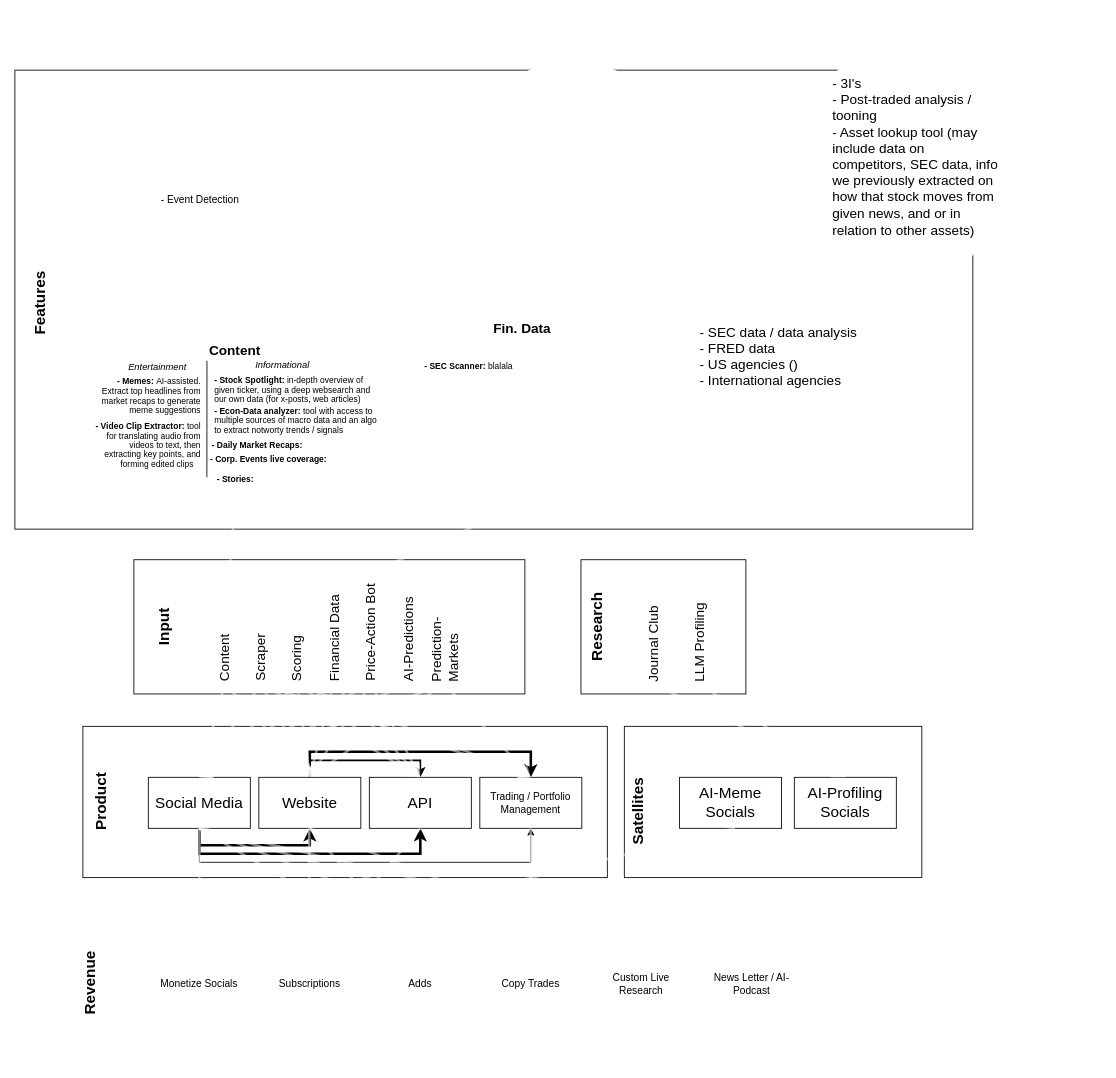
Above: Untitled Diagram.drawio in WillsHarris/Polaron_Claude_2024_contest (draw.io), before the change. Source tidied: cells renumbered, new cells numbered last; positions are measured from the earlier drawing's top-left corner, leaving out a move shared by most shapes. Both pictures are drawn from the tidied source at 85%, with x=0, y=0 at pixel (-184, 14).
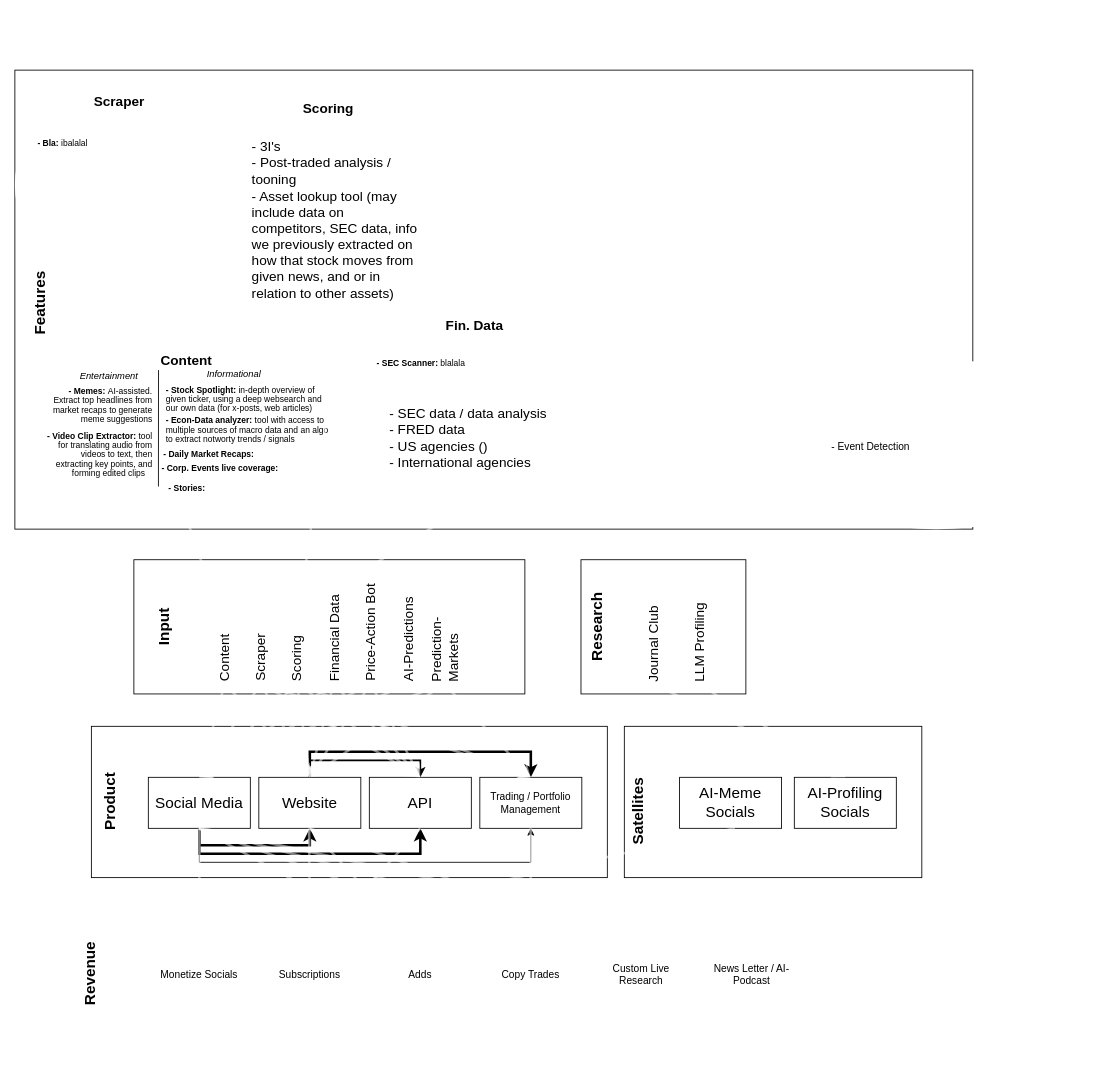
After the change.

Change to the diagram source:
```diff
@@
     <mxCell id="2" style="rounded=0;whiteSpace=wrap;html=1;labelBorderColor=none;fontColor=light-dark(#000000,#CCCCCC);fillColor=light-dark(#FFFFFF,#E6E6E6);strokeColor=none;" parent="1" vertex="1">
-      <mxGeometry x="301" y="1069" width="900" height="140" as="geometry" />
+      <mxGeometry x="301" y="1058" width="900" height="140" as="geometry" />
     </mxCell>
@@
     <mxCell id="4" style="rounded=0;whiteSpace=wrap;html=1;labelBorderColor=none;fontColor=light-dark(#000000,#CCCCCC);fillColor=light-dark(#FFFFFF,#E6E6E6);" parent="1" vertex="1">
-      <mxGeometry x="314" y="837" width="617" height="178" as="geometry" />
+      <mxGeometry x="324" y="837" width="607" height="178" as="geometry" />
     </mxCell>
@@
     <mxCell id="13" value="&lt;b style=&quot;color: light-dark(rgb(0, 0, 0), rgb(0, 0, 0));&quot;&gt;Product&lt;/b&gt;" style="text;html=1;whiteSpace=wrap;strokeColor=none;fillColor=none;align=center;verticalAlign=middle;rounded=0;rotation=270;strokeWidth=1;fontSize=18;" parent="1" vertex="1">
-      <mxGeometry x="248.3" y="912.8" width="175.7" height="25" as="geometry" />
+      <mxGeometry x="259.3" y="912.8" width="175.7" height="25" as="geometry" />
     </mxCell>
@@
     <mxCell id="15" value="&lt;span&gt;&lt;br&gt;&lt;br&gt;&lt;br&gt;&lt;br&gt;&lt;br&gt;&lt;br&gt;&lt;/span&gt;&lt;p style=&quot;language:en-US;margin-top:0pt;margin-bottom:0pt;margin-left:0in;&amp;lt;br/&amp;gt;text-align:center;direction:ltr;unicode-bidi:embed;mso-line-break-override:&amp;lt;br/&amp;gt;none;word-break:normal;punctuation-wrap:hanging&quot;&gt;Monetize Socials&lt;/p&gt;&lt;span style=&quot;color: rgba(0, 0, 0, 0);&quot;&gt;&lt;br&gt;&lt;br&gt;&lt;br&gt;&lt;br&gt;&lt;br&gt;&lt;/span&gt;&lt;div&gt;&lt;span style=&quot;color: rgba(0, 0, 0, 0);&quot;&gt;&lt;br&gt;&lt;/span&gt;&lt;/div&gt;" style="rounded=0;whiteSpace=wrap;html=1;strokeColor=none;fillColor=light-dark(#FFFFFF,#999999);" parent="1" vertex="1">
-      <mxGeometry x="391" y="1110" width="120" height="60" as="geometry" />
+      <mxGeometry x="391" y="1099" width="120" height="60" as="geometry" />
     </mxCell>
     <mxCell id="16" value="&lt;p style=&quot;language:en-US;margin-top:0pt;margin-bottom:0pt;margin-left:0in;&amp;lt;br/&amp;gt;text-align:center;direction:ltr;unicode-bidi:embed;mso-line-break-override:&amp;lt;br/&amp;gt;none;word-break:normal;punctuation-wrap:hanging&quot;&gt;Subscriptions&lt;/p&gt;" style="rounded=0;whiteSpace=wrap;html=1;strokeColor=none;fillColor=light-dark(#FFFFFF,#999999);" parent="1" vertex="1">
-      <mxGeometry x="521" y="1110" width="120" height="60" as="geometry" />
+      <mxGeometry x="521" y="1099" width="120" height="60" as="geometry" />
     </mxCell>
     <mxCell id="17" value="&lt;p style=&quot;language:en-US;margin-top:0pt;margin-bottom:0pt;margin-left:0in;&amp;lt;br/&amp;gt;text-align:center;direction:ltr;unicode-bidi:embed;mso-line-break-override:&amp;lt;br/&amp;gt;none;word-break:normal;punctuation-wrap:hanging&quot;&gt;Adds&lt;/p&gt;" style="rounded=0;whiteSpace=wrap;html=1;strokeColor=none;fillColor=light-dark(#FFFFFF,#999999);" parent="1" vertex="1">
-      <mxGeometry x="651" y="1110" width="120" height="60" as="geometry" />
+      <mxGeometry x="651" y="1099" width="120" height="60" as="geometry" />
     </mxCell>
     <mxCell id="18" value="&lt;div&gt;&lt;b style=&quot;color: light-dark(rgb(0, 0, 0), rgb(0, 0, 0));&quot;&gt;Revenue&lt;/b&gt;&lt;/div&gt;" style="text;html=1;whiteSpace=wrap;strokeColor=none;fillColor=none;align=center;verticalAlign=middle;rounded=0;rotation=270;strokeWidth=1;fontSize=18;" parent="1" vertex="1">
-      <mxGeometry x="265" y="1126.5" width="115" height="25" as="geometry" />
+      <mxGeometry x="265" y="1115.5" width="115" height="25" as="geometry" />
     </mxCell>
@@
     <mxCell id="21" value="&lt;p style=&quot;language:en-US;margin-top:0pt;margin-bottom:0pt;margin-left:0in;&amp;lt;br/&amp;gt;text-align:center;direction:ltr;unicode-bidi:embed;mso-line-break-override:&amp;lt;br/&amp;gt;none;word-break:normal;punctuation-wrap:hanging&quot;&gt;Copy Trades&lt;/p&gt;" style="rounded=0;whiteSpace=wrap;html=1;strokeColor=none;fillColor=light-dark(#FFFFFF,#999999);" parent="1" vertex="1">
-      <mxGeometry x="781" y="1110" width="120" height="60" as="geometry" />
+      <mxGeometry x="781" y="1099" width="120" height="60" as="geometry" />
     </mxCell>
@@
     <mxCell id="23" value="&lt;p style=&quot;language:en-US;margin-top:0pt;margin-bottom:0pt;margin-left:0in;&amp;lt;br/&amp;gt;text-align:center;direction:ltr;unicode-bidi:embed;mso-line-break-override:&amp;lt;br/&amp;gt;none;word-break:normal;punctuation-wrap:hanging&quot;&gt;Custom Live Research&lt;/p&gt;" style="rounded=0;whiteSpace=wrap;html=1;strokeColor=none;fillColor=light-dark(#FFFFFF,#999999);" parent="1" vertex="1">
-      <mxGeometry x="911" y="1110" width="120" height="60" as="geometry" />
+      <mxGeometry x="911" y="1099" width="120" height="60" as="geometry" />
     </mxCell>
     <mxCell id="24" value="News Letter / AI-Podcast" style="rounded=0;whiteSpace=wrap;html=1;strokeColor=none;fillColor=light-dark(#FFFFFF,#999999);" parent="1" vertex="1">
-      <mxGeometry x="1041" y="1110" width="120" height="60" as="geometry" />
+      <mxGeometry x="1041" y="1099" width="120" height="60" as="geometry" />
     </mxCell>
@@
     <mxCell id="29" style="strokeWidth=2;html=1;shape=mxgraph.flowchart.start_1;whiteSpace=wrap;fontColor=light-dark(#000000,#999999);strokeColor=none;fillColor=light-dark(#FFFFFF,#808080);" parent="1" vertex="1">
-      <mxGeometry x="298" y="380" width="389" height="200" as="geometry" />
+      <mxGeometry x="241" y="391" width="389" height="200" as="geometry" />
     </mxCell>
@@
     <mxCell id="33" style="strokeWidth=2;html=1;shape=mxgraph.flowchart.start_1;whiteSpace=wrap;fontColor=light-dark(#000000,#999999);strokeColor=none;fillColor=light-dark(#FFFFFF,#808080);" parent="1" vertex="1">
-      <mxGeometry x="694" y="341" width="269" height="239" as="geometry" />
+      <mxGeometry x="638" y="337.5" width="269" height="239" as="geometry" />
     </mxCell>
     <mxCell id="34" style="strokeWidth=2;html=1;shape=mxgraph.flowchart.start_1;whiteSpace=wrap;fontColor=light-dark(#000000,#999999);strokeColor=none;fillColor=light-dark(#FFFFFF,#808080);" parent="1" vertex="1">
-      <mxGeometry x="334" y="115" width="389" height="200" as="geometry" />
+      <mxGeometry x="1123.4" y="405" width="389" height="200" as="geometry" />
     </mxCell>
     <mxCell id="35" value="&lt;div align=&quot;left&quot;&gt;&lt;font style=&quot;font-size: 12px;&quot;&gt;- Event Detection&lt;/font&gt;&lt;/div&gt;" style="text;html=1;whiteSpace=wrap;strokeColor=none;fillColor=none;align=left;verticalAlign=middle;rounded=0;rotation=0;strokeWidth=1;fontSize=16;" parent="1" vertex="1">
-      <mxGeometry x="404" y="171.2" width="230" height="90" as="geometry" />
+      <mxGeometry x="1193.4" y="461.2" width="230" height="90" as="geometry" />
     </mxCell>
@@
     <mxCell id="53" value="Scoring" style="text;html=1;whiteSpace=wrap;strokeColor=none;fillColor=none;align=left;verticalAlign=middle;rounded=0;rotation=270;strokeWidth=1;fontSize=16;fontColor=light-dark(#000000,#000000);" parent="1" vertex="1">
-      <mxGeometry x="516" y="725" width="100" height="22.9" as="geometry" />
+      <mxGeometry x="532" y="741" width="68" height="22.9" as="geometry" />
     </mxCell>
@@
     <mxCell id="76" style="strokeWidth=2;html=1;shape=mxgraph.flowchart.start_1;whiteSpace=wrap;fontColor=light-dark(#000000,#999999);strokeColor=none;fillColor=light-dark(#FFFFFF,#808080);" parent="1" vertex="1">
-      <mxGeometry x="1180" width="213" height="330" as="geometry" />
+      <mxGeometry x="496.9" y="75" width="213" height="330" as="geometry" />
     </mxCell>
     <mxCell id="77" value="&lt;div align=&quot;left&quot;&gt;- 3I's&lt;/div&gt;&lt;div align=&quot;left&quot;&gt;- Post-traded analysis / tooning&lt;/div&gt;&lt;div align=&quot;left&quot;&gt;- Asset lookup tool (may include data on competitors, SEC data, info we previously extracted on how that stock moves from given news, and or in relation to other assets)&amp;nbsp;&lt;/div&gt;&lt;div align=&quot;left&quot;&gt;&amp;nbsp;&lt;/div&gt;" style="text;html=1;whiteSpace=wrap;strokeColor=none;fillColor=none;align=left;verticalAlign=middle;rounded=0;rotation=0;strokeWidth=1;fontSize=16;" parent="1" vertex="1">
-      <mxGeometry x="1194.2" y="26" width="200" height="300" as="geometry" />
+      <mxGeometry x="511.1" y="101" width="200" height="300" as="geometry" />
     </mxCell>
     <mxCell id="78" style="strokeWidth=2;html=1;shape=mxgraph.flowchart.start_1;whiteSpace=wrap;fontColor=light-dark(#000000,#999999);strokeColor=none;fillColor=light-dark(#FFFFFF,#808080);" parent="1" vertex="1">
-      <mxGeometry x="1031" y="235" width="213" height="330" as="geometry" />
+      <mxGeometry x="1123.4" y="76.8" width="213" height="330" as="geometry" />
     </mxCell>
     <mxCell id="79" value="&lt;div align=&quot;left&quot;&gt;- SEC data /&amp;nbsp;data analysis&lt;/div&gt;&lt;div align=&quot;left&quot;&gt;- FRED data&lt;/div&gt;&lt;div align=&quot;left&quot;&gt;- US agencies ()&lt;/div&gt;&lt;div align=&quot;left&quot;&gt;- International&amp;nbsp;agencies&lt;/div&gt;&lt;div align=&quot;left&quot;&gt;&amp;nbsp;&lt;/div&gt;" style="text;html=1;whiteSpace=wrap;strokeColor=none;fillColor=none;align=left;verticalAlign=middle;rounded=0;rotation=0;strokeWidth=1;fontSize=16;" parent="1" vertex="1">
-      <mxGeometry x="1037.5" y="261.2" width="200" height="300" as="geometry" />
+      <mxGeometry x="673.2" y="460.9" width="200" height="91.4" as="geometry" />
     </mxCell>
     <mxCell id="80" style="strokeWidth=2;html=1;shape=mxgraph.flowchart.start_1;whiteSpace=wrap;fontColor=light-dark(#000000,#999999);strokeColor=none;fillColor=light-dark(#FFFFFF,#808080);" parent="1" vertex="1">
-      <mxGeometry x="773.3" y="55" width="232.5" height="200" as="geometry" />
+      <mxGeometry x="234" y="75" width="250" height="250" as="geometry" />
     </mxCell>
     <mxCell id="81" value="&lt;div align=&quot;center&quot;&gt;&lt;div&gt;&lt;b&gt;Content&lt;/b&gt;&lt;/div&gt;&lt;/div&gt;" style="text;html=1;whiteSpace=wrap;strokeColor=none;fillColor=none;align=center;verticalAlign=middle;rounded=0;rotation=0;strokeWidth=1;fontSize=16;fontColor=light-dark(#000000,#000000);" parent="1" vertex="1">
-      <mxGeometry x="442.5" y="384" width="100" height="22.9" as="geometry" />
+      <mxGeometry x="385.5" y="395" width="100" height="22.9" as="geometry" />
     </mxCell>
     <mxCell id="82" value="&lt;i&gt;Entertainment&lt;/i&gt;" style="text;html=1;whiteSpace=wrap;strokeColor=none;fillColor=none;align=center;verticalAlign=middle;rounded=0;rotation=0;strokeWidth=1;fontSize=11;fontColor=light-dark(#000000,#000000);" parent="1" vertex="1">
-      <mxGeometry x="344" y="404" width="115.9" height="19.9" as="geometry" />
+      <mxGeometry x="287" y="415" width="115.9" height="19.9" as="geometry" />
     </mxCell>
     <mxCell id="83" value="&lt;i&gt;Informational&lt;/i&gt;" style="text;html=1;whiteSpace=wrap;strokeColor=none;fillColor=none;align=center;verticalAlign=middle;rounded=0;rotation=0;strokeWidth=1;fontSize=11;fontColor=light-dark(#000000,#000000);" parent="1" vertex="1">
-      <mxGeometry x="464" y="401" width="170" height="22.9" as="geometry" />
+      <mxGeometry x="407" y="412" width="170" height="22.9" as="geometry" />
     </mxCell>
@@
     <mxCell id="87" style="endArrow=none;html=1;rounded=0;entryX=0.998;entryY=0.056;entryDx=0;entryDy=0;entryPerimeter=0;strokeColor=light-dark(#000000,#000000);" parent="1" edge="1">
       <mxGeometry relative="1" as="geometry">
-        <mxPoint x="459.9" y="543.9" as="sourcePoint" />
-        <mxPoint x="460" y="406.9" as="targetPoint" />
+        <mxPoint x="402.9" y="554.9" as="sourcePoint" />
+        <mxPoint x="403" y="417.9" as="targetPoint" />
       </mxGeometry>
     </mxCell>
     <mxCell id="88" value="&lt;div style=&quot;line-height: 70%;&quot; align=&quot;right&quot;&gt;&lt;div&gt;&lt;font style=&quot;font-size: 10px; color: light-dark(rgb(0, 0, 0), rgb(0, 0, 0)); line-height: 70%;&quot;&gt;&lt;b&gt;- Memes:&lt;/b&gt;&amp;nbsp;&lt;font&gt;AI-assisted. Extract top headlines from market recaps to generate meme suggestions&lt;/font&gt;&lt;/font&gt;&lt;/div&gt;&lt;/div&gt;" style="text;html=1;whiteSpace=wrap;strokeColor=none;fillColor=none;align=right;verticalAlign=middle;rounded=0;rotation=0;strokeWidth=1;fontSize=16;" parent="1" vertex="1">
-      <mxGeometry x="326.5" y="413" width="128" height="66" as="geometry" />
+      <mxGeometry x="269.5" y="424" width="128" height="66" as="geometry" />
     </mxCell>
     <mxCell id="89" value="&lt;div style=&quot;line-height: 70%;&quot; align=&quot;right&quot;&gt;&lt;div&gt;&lt;font style=&quot;font-size: 10px; color: light-dark(rgb(0, 0, 0), rgb(0, 0, 0)); line-height: 70%;&quot;&gt;&lt;b&gt;- Video Clip Extractor:&lt;/b&gt;&amp;nbsp;tool for translating audio from videos to text, then extracting key points, and forming edited clips&amp;nbsp; &amp;nbsp;&lt;/font&gt;&lt;/div&gt;&lt;/div&gt;" style="text;html=1;whiteSpace=wrap;strokeColor=none;fillColor=none;align=right;verticalAlign=middle;rounded=0;rotation=0;strokeWidth=1;fontSize=16;" parent="1" vertex="1">
-      <mxGeometry x="324" y="482.4" width="130.5" height="43" as="geometry" />
+      <mxGeometry x="267" y="493.4" width="130.5" height="43" as="geometry" />
     </mxCell>
     <mxCell id="90" value="&lt;div style=&quot;line-height: 70%;&quot;&gt;&lt;div align=&quot;left&quot;&gt;&lt;font style=&quot;font-size: 10px; color: light-dark(rgb(0, 0, 0), rgb(0, 0, 0)); line-height: 70%;&quot;&gt;&lt;b&gt;-&amp;nbsp;&lt;/b&gt;&lt;font&gt;&lt;b&gt;Stock Spotlight: &lt;/b&gt;in-depth overview of given ticker, using a deep websearch and our own data (for x-posts, web articles)&lt;/font&gt;&lt;/font&gt;&lt;/div&gt;&lt;/div&gt;" style="text;html=1;whiteSpace=wrap;strokeColor=none;fillColor=none;align=left;verticalAlign=middle;rounded=0;rotation=0;strokeWidth=1;fontSize=16;" parent="1" vertex="1">
-      <mxGeometry x="467" y="425.2" width="197" height="28.1" as="geometry" />
+      <mxGeometry x="410" y="436.2" width="197" height="28.1" as="geometry" />
     </mxCell>
     <mxCell id="91" value="&lt;div style=&quot;line-height: 70%;&quot;&gt;&lt;div align=&quot;left&quot;&gt;&lt;font style=&quot;font-size: 10px; color: light-dark(rgb(0, 0, 0), rgb(0, 0, 0)); line-height: 70%;&quot;&gt;&lt;b&gt;-&amp;nbsp;&lt;/b&gt;&lt;font&gt;&lt;b&gt;Econ-Data analyzer: &lt;/b&gt;tool with access to multiple sources of macro data and an algo to extract notworty trends / signals&lt;b&gt;&amp;nbsp;&lt;/b&gt;&lt;/font&gt;&lt;/font&gt;&lt;/div&gt;&lt;/div&gt;" style="text;html=1;whiteSpace=wrap;strokeColor=none;fillColor=none;align=left;verticalAlign=middle;rounded=0;rotation=0;strokeWidth=1;fontSize=16;" parent="1" vertex="1">
-      <mxGeometry x="467" y="455.8" width="197" height="39.2" as="geometry" />
+      <mxGeometry x="410" y="466.8" width="197" height="39.2" as="geometry" />
     </mxCell>
     <mxCell id="92" value="&lt;div style=&quot;line-height: 70%;&quot;&gt;&lt;div align=&quot;left&quot;&gt;&lt;font style=&quot;font-size: 10px; color: light-dark(rgb(0, 0, 0), rgb(0, 0, 0)); line-height: 70%;&quot;&gt;&lt;b&gt;- &lt;/b&gt;&lt;font&gt;&lt;b&gt;Daily Market Recaps:&amp;nbsp;&lt;/b&gt;&lt;/font&gt;&lt;/font&gt;&lt;/div&gt;&lt;/div&gt;" style="text;html=1;whiteSpace=wrap;strokeColor=none;fillColor=none;align=left;verticalAlign=middle;rounded=0;rotation=0;strokeWidth=1;fontSize=16;" parent="1" vertex="1">
-      <mxGeometry x="464" y="489.8" width="200" height="28.1" as="geometry" />
+      <mxGeometry x="407" y="500.8" width="200" height="28.1" as="geometry" />
     </mxCell>
     <mxCell id="93" value="&lt;div style=&quot;line-height: 70%;&quot;&gt;&lt;div align=&quot;left&quot;&gt;&lt;font style=&quot;font-size: 10px; color: light-dark(rgb(0, 0, 0), rgb(0, 0, 0)); line-height: 70%;&quot;&gt;&lt;b&gt;- &lt;/b&gt;&lt;font&gt;&lt;b&gt;Corp. Events live coverage:&amp;nbsp;&lt;/b&gt;&lt;/font&gt;&lt;/font&gt;&lt;/div&gt;&lt;/div&gt;" style="text;html=1;whiteSpace=wrap;strokeColor=none;fillColor=none;align=left;verticalAlign=middle;rounded=0;rotation=0;strokeWidth=1;fontSize=16;" parent="1" vertex="1">
-      <mxGeometry x="461.8" y="506.2" width="158" height="28.1" as="geometry" />
+      <mxGeometry x="404.8" y="517.2" width="158" height="28.1" as="geometry" />
     </mxCell>
     <mxCell id="94" value="&lt;div style=&quot;line-height: 70%;&quot;&gt;&lt;div align=&quot;left&quot;&gt;&lt;font style=&quot;font-size: 10px; color: light-dark(rgb(0, 0, 0), rgb(0, 0, 0)); line-height: 70%;&quot;&gt;&lt;b&gt;- &lt;/b&gt;&lt;font&gt;&lt;b&gt;Stories:&amp;nbsp;&lt;/b&gt;&lt;/font&gt;&lt;/font&gt;&lt;/div&gt;&lt;/div&gt;" style="text;html=1;whiteSpace=wrap;strokeColor=none;fillColor=none;align=left;verticalAlign=middle;rounded=0;rotation=0;strokeWidth=1;fontSize=16;" parent="1" vertex="1">
-      <mxGeometry x="470" y="530" width="158" height="28.1" as="geometry" />
+      <mxGeometry x="413" y="541" width="158" height="28.1" as="geometry" />
     </mxCell>
@@
     <mxCell id="96" value="&lt;b&gt;Fin. Data&lt;/b&gt;" style="text;html=1;whiteSpace=wrap;strokeColor=none;fillColor=none;align=center;verticalAlign=middle;rounded=0;rotation=0;strokeWidth=1;fontSize=16;fontColor=light-dark(#000000,#000000);" parent="1" vertex="1">
-      <mxGeometry x="781" y="357.1" width="100" height="22.9" as="geometry" />
+      <mxGeometry x="725" y="353.6" width="100" height="22.9" as="geometry" />
     </mxCell>
     <mxCell id="97" value="&lt;div style=&quot;line-height: 70%;&quot; align=&quot;right&quot;&gt;&lt;div&gt;&lt;font style=&quot;font-size: 10px; color: light-dark(rgb(0, 0, 0), rgb(0, 0, 0)); line-height: 70%;&quot;&gt;&lt;b&gt;- SEC Scanner:&lt;/b&gt;&amp;nbsp;blalala&lt;/font&gt;&lt;/div&gt;&lt;/div&gt;" style="text;html=1;whiteSpace=wrap;strokeColor=none;fillColor=none;align=right;verticalAlign=middle;rounded=0;rotation=0;strokeWidth=1;fontSize=16;" parent="1" vertex="1">
-      <mxGeometry x="694" y="378.2" width="128" height="66" as="geometry" />
+      <mxGeometry x="638" y="374.8" width="128" height="66" as="geometry" />
     </mxCell>
+    <mxCell id="98" value="&lt;b&gt;Scoring&lt;/b&gt;" style="text;html=1;whiteSpace=wrap;strokeColor=none;fillColor=none;align=center;verticalAlign=middle;rounded=0;rotation=0;strokeWidth=1;fontSize=16;fontColor=light-dark(#000000,#000000);" parent="1" vertex="1">
+      <mxGeometry x="553.4" y="99" width="100" height="22.9" as="geometry" />
+    </mxCell>
+    <mxCell id="99" value="&lt;b&gt;Scraper&lt;/b&gt;" style="text;html=1;whiteSpace=wrap;strokeColor=none;fillColor=none;align=center;verticalAlign=middle;rounded=0;rotation=0;strokeWidth=1;fontSize=16;fontColor=light-dark(#000000,#000000);" parent="1" vertex="1">
+      <mxGeometry x="307" y="91" width="100" height="22.9" as="geometry" />
+    </mxCell>
+    <mxCell id="100" value="&lt;div style=&quot;line-height: 70%;&quot;&gt;&lt;div align=&quot;left&quot;&gt;&lt;font style=&quot;font-size: 10px; color: light-dark(rgb(0, 0, 0), rgb(0, 0, 0)); line-height: 70%;&quot;&gt;&lt;b&gt;-&amp;nbsp;&lt;/b&gt;&lt;font&gt;&lt;b&gt;Bla: &lt;/b&gt;ibalalal&lt;/font&gt;&lt;/font&gt;&lt;/div&gt;&lt;/div&gt;" style="text;html=1;whiteSpace=wrap;strokeColor=none;fillColor=none;align=left;verticalAlign=middle;rounded=0;rotation=0;strokeWidth=1;fontSize=16;" parent="1" vertex="1">
+      <mxGeometry x="259.3" y="135" width="197" height="28.1" as="geometry" />
+    </mxCell>
+    <mxCell id="101" style="endArrow=classic;html=1;rounded=0;strokeColor=light-dark(#FFFFFF,#999999);strokeWidth=3;opacity=50;entryX=1;entryY=0.5;entryDx=0;entryDy=0;exitX=0.5;exitY=1;exitDx=0;exitDy=0;" parent="1" edge="1" source="77" target="53">
+      <mxGeometry relative="1" as="geometry" />
+    </mxCell>
```
